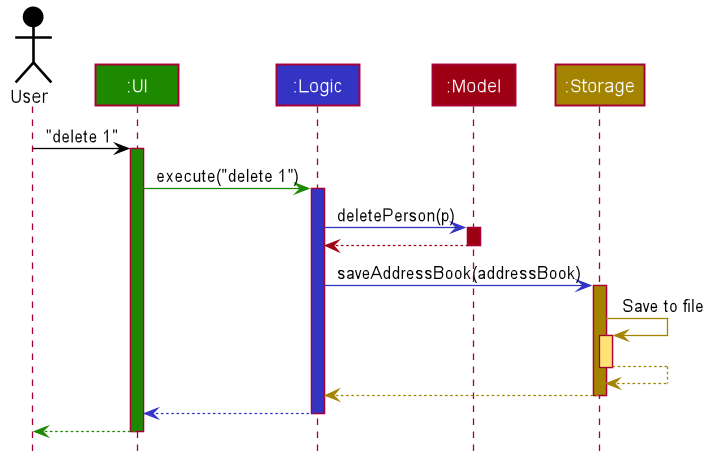
This is docs/images/ArchitectureSequenceDiagram.png from nus-cs2103-AY2122S1/tp, a PlantUML export, as it was before one commit.
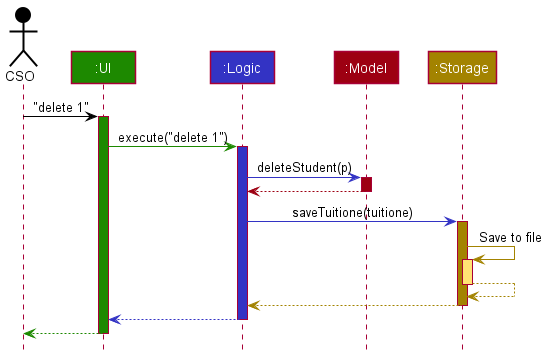
After the change.

What changed in the source:
```diff
@@ -1,85 +1,38 @@
 @startuml
+!include style.puml
 
+Actor CSO as user USER_COLOR
+Participant ":UI" as ui UI_COLOR
+Participant ":Logic" as logic LOGIC_COLOR
+Participant ":Model" as model MODEL_COLOR
+Participant ":Storage" as storage STORAGE_COLOR
 
+user -[USER_COLOR]> ui : "delete 1"
+activate ui UI_COLOR
 
+ui -[UI_COLOR]> logic : execute("delete 1")
+activate logic LOGIC_COLOR
 
+logic -[LOGIC_COLOR]> model : deleteStudent(p)
+activate model MODEL_COLOR
 
-
-
-
-skinparam BackgroundColor #FFFFFFF
-
-skinparam Shadowing false
-
-skinparam Class {
-    FontColor #FFFFFF
-    BorderThickness 1
-    BorderColor #FFFFFF
-    StereotypeFontColor #FFFFFF
-    FontName Arial
-}
-
-skinparam Actor {
-    BorderColor #000000
-    Color #000000
-    FontName Arial
-}
-
-skinparam Sequence {
-    MessageAlign center
-    BoxFontSize 15
-    BoxPadding 0
-    BoxFontColor #FFFFFF
-    FontName Arial
-}
-
-skinparam Participant {
-    FontColor #FFFFFFF
-    Padding 20
-}
-
-skinparam MinClassWidth 50
-skinparam ParticipantPadding 10
-skinparam Shadowing false
-skinparam DefaultTextAlignment center
-skinparam packageStyle Rectangle
-
-hide footbox
-hide members
-hide circle
-
-Actor User as user #000000
-Participant ":UI" as ui #1D8900
-Participant ":Logic" as logic #3333C4
-Participant ":Model" as model #9D0012
-Participant ":Storage" as storage #A38300
-
-user -[#000000]> ui : "delete 1"
-activate ui #1D8900
-
-ui -[#1D8900]> logic : execute("delete 1")
-activate logic #3333C4
-
-logic -[#3333C4]> model : deletePerson(p)
-activate model #9D0012
-
-model -[#9D0012]-> logic
+model -[MODEL_COLOR]-> logic
 deactivate model
 
-logic -[#3333C4]> storage : saveAddressBook(addressBook)
-activate storage #A38300
+logic -[LOGIC_COLOR]> storage : saveTuitione(tuitione)
+activate storage STORAGE_COLOR
 
-storage -[#A38300]> storage : Save to file
-activate storage #FFE374
-storage --[#A38300]> storage
+storage -[STORAGE_COLOR]> storage : Save to file
+activate storage STORAGE_COLOR_T1
+storage --[STORAGE_COLOR]> storage
 deactivate storage
 
-storage --[#A38300]> logic
+storage --[STORAGE_COLOR]> logic
 deactivate storage
 
-logic --[#3333C4]> ui
+logic --[LOGIC_COLOR]> ui
 deactivate logic
 
-ui--[#1D8900]> user
+ui--[UI_COLOR]> user
 deactivate ui
 @enduml
```
